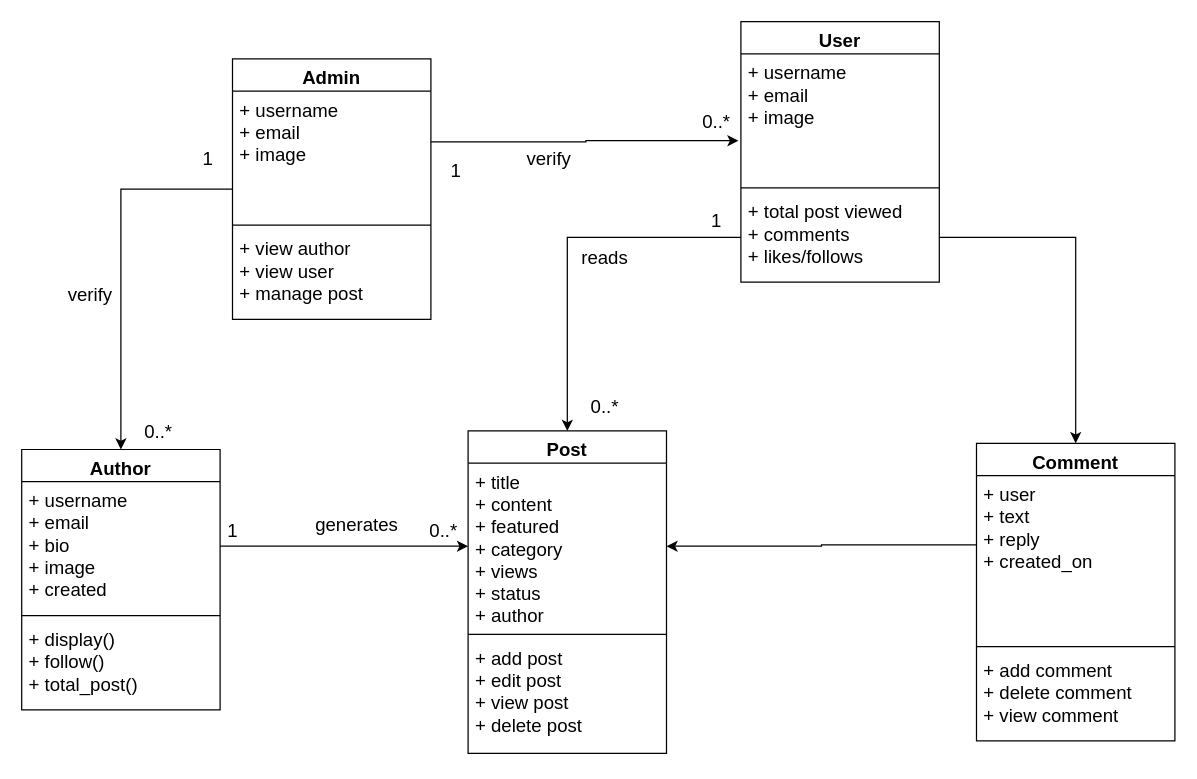
Before: docs/Untitled Diagram.drawio in digipodium/Major_project_training_sample, a draw.io diagram. Source tidied: cells renumbered, new cells numbered last; positions are measured from the earlier drawing's top-left corner, leaving out a move shared by most shapes. Both pictures are drawn from the tidied source at 124%, with x=0, y=0 at pixel (21, 21).
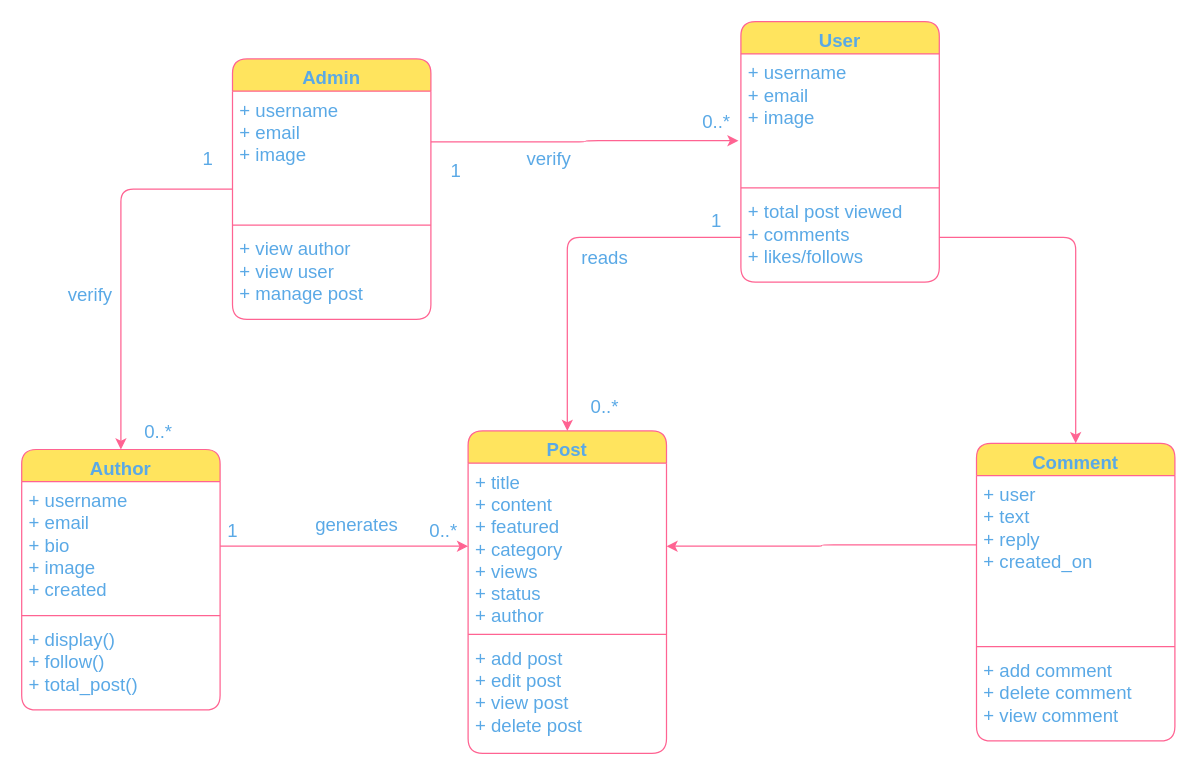
The same diagram, later.

What changed in the source:
```diff
@@
-    <mxCell id="2" value="Author" style="swimlane;fontStyle=1;align=center;verticalAlign=top;horizontal=1;startSize=26;fontSize=15;" parent="1" vertex="1">
+    <mxCell id="2" value="Author" style="swimlane;fontStyle=1;align=center;verticalAlign=top;horizontal=1;startSize=26;fontSize=15;rounded=1;fillColor=#FFE45E;strokeColor=#FF6392;fontColor=#5AA9E6;" parent="1" vertex="1">
       <mxGeometry y="345" width="160" height="210" as="geometry" />
     </mxCell>
-    <mxCell id="3" value="+ username&#10;+ email&#10;+ bio&#10;+ image&#10;+ created" style="text;strokeColor=none;fillColor=none;align=left;verticalAlign=top;spacingLeft=4;spacingRight=4;overflow=hidden;points=[[0,0.5],[1,0.5]];portConstraint=eastwest;fontSize=15;" parent="2" vertex="1">
+    <mxCell id="3" value="+ username&#10;+ email&#10;+ bio&#10;+ image&#10;+ created" style="text;strokeColor=none;fillColor=none;align=left;verticalAlign=top;spacingLeft=4;spacingRight=4;overflow=hidden;points=[[0,0.5],[1,0.5]];portConstraint=eastwest;fontSize=15;rounded=1;fontColor=#5AA9E6;" parent="2" vertex="1">
       <mxGeometry y="26" width="160" height="104" as="geometry" />
     </mxCell>
-    <mxCell id="4" style="line;strokeWidth=1;fillColor=none;align=left;verticalAlign=middle;spacingTop=-1;spacingLeft=3;spacingRight=3;labelPosition=right;fontSize=15;" parent="2" vertex="1">
+    <mxCell id="4" style="line;strokeWidth=1;fillColor=none;align=left;verticalAlign=middle;spacingTop=-1;spacingLeft=3;spacingRight=3;labelPosition=right;fontSize=15;rounded=1;strokeColor=#FF6392;fontColor=#5AA9E6;" parent="2" vertex="1">
       <mxGeometry y="130" width="160" height="8" as="geometry" />
     </mxCell>
-    <mxCell id="5" value="+ display()&#10;+ follow()&#10;+ total_post()" style="text;strokeColor=none;fillColor=none;align=left;verticalAlign=top;spacingLeft=4;spacingRight=4;overflow=hidden;fontSize=15;" parent="2" vertex="1">
+    <mxCell id="5" value="+ display()&#10;+ follow()&#10;+ total_post()" style="text;strokeColor=none;fillColor=none;align=left;verticalAlign=top;spacingLeft=4;spacingRight=4;overflow=hidden;fontSize=15;rounded=1;fontColor=#5AA9E6;" parent="2" vertex="1">
       <mxGeometry y="138" width="160" height="72" as="geometry" />
     </mxCell>
-    <mxCell id="6" value="User" style="swimlane;fontStyle=1;align=center;verticalAlign=top;horizontal=1;startSize=26;fontSize=15;" parent="1" vertex="1">
+    <mxCell id="6" value="User" style="swimlane;fontStyle=1;align=center;verticalAlign=top;horizontal=1;startSize=26;fontSize=15;rounded=1;fillColor=#FFE45E;strokeColor=#FF6392;fontColor=#5AA9E6;" parent="1" vertex="1">
       <mxGeometry x="580" width="160" height="210" as="geometry" />
     </mxCell>
-    <mxCell id="7" value="+ username&#10;+ email&#10;+ image" style="text;strokeColor=none;fillColor=none;align=left;verticalAlign=top;spacingLeft=4;spacingRight=4;overflow=hidden;points=[[0,0.5],[1,0.5]];portConstraint=eastwest;fontSize=15;" parent="6" vertex="1">
+    <mxCell id="7" value="+ username&#10;+ email&#10;+ image" style="text;strokeColor=none;fillColor=none;align=left;verticalAlign=top;spacingLeft=4;spacingRight=4;overflow=hidden;points=[[0,0.5],[1,0.5]];portConstraint=eastwest;fontSize=15;rounded=1;fontColor=#5AA9E6;" parent="6" vertex="1">
       <mxGeometry y="26" width="160" height="104" as="geometry" />
     </mxCell>
-    <mxCell id="8" style="line;strokeWidth=1;fillColor=none;align=left;verticalAlign=middle;spacingTop=-1;spacingLeft=3;spacingRight=3;labelPosition=right;fontSize=15;" parent="6" vertex="1">
+    <mxCell id="8" style="line;strokeWidth=1;fillColor=none;align=left;verticalAlign=middle;spacingTop=-1;spacingLeft=3;spacingRight=3;labelPosition=right;fontSize=15;rounded=1;strokeColor=#FF6392;fontColor=#5AA9E6;" parent="6" vertex="1">
       <mxGeometry y="130" width="160" height="8" as="geometry" />
     </mxCell>
-    <mxCell id="9" value="+ total post viewed&#10;+ comments&#10;+ likes/follows" style="text;strokeColor=none;fillColor=none;align=left;verticalAlign=top;spacingLeft=4;spacingRight=4;overflow=hidden;points=[[0,0.5],[1,0.5]];portConstraint=eastwest;fontSize=15;" parent="6" vertex="1">
+    <mxCell id="9" value="+ total post viewed&#10;+ comments&#10;+ likes/follows" style="text;strokeColor=none;fillColor=none;align=left;verticalAlign=top;spacingLeft=4;spacingRight=4;overflow=hidden;points=[[0,0.5],[1,0.5]];portConstraint=eastwest;fontSize=15;rounded=1;fontColor=#5AA9E6;" parent="6" vertex="1">
       <mxGeometry y="138" width="160" height="72" as="geometry" />
     </mxCell>
-    <mxCell id="10" style="edgeStyle=orthogonalEdgeStyle;rounded=0;jettySize=auto;html=1;fontSize=15;" parent="1" edge="1" source="12" target="2">
+    <mxCell id="10" style="edgeStyle=orthogonalEdgeStyle;rounded=1;jettySize=auto;html=1;fontSize=15;strokeColor=#FF6392;fontColor=#5AA9E6;" parent="1" edge="1" source="12" target="2">
       <mxGeometry relative="1" as="geometry" />
     </mxCell>
-    <mxCell id="11" style="edgeStyle=orthogonalEdgeStyle;rounded=0;jettySize=auto;html=1;entryX=-0.012;entryY=0.673;entryDx=0;entryDy=0;entryPerimeter=0;fontSize=15;exitX=1;exitY=0.394;exitDx=0;exitDy=0;exitPerimeter=0;" parent="1" edge="1" source="13" target="7">
+    <mxCell id="11" style="edgeStyle=orthogonalEdgeStyle;rounded=1;jettySize=auto;html=1;entryX=-0.012;entryY=0.673;entryDx=0;entryDy=0;entryPerimeter=0;fontSize=15;exitX=1;exitY=0.394;exitDx=0;exitDy=0;exitPerimeter=0;strokeColor=#FF6392;fontColor=#5AA9E6;" parent="1" edge="1" source="13" target="7">
       <mxGeometry relative="1" as="geometry" />
     </mxCell>
-    <mxCell id="12" value="Admin" style="swimlane;fontStyle=1;align=center;verticalAlign=top;horizontal=1;startSize=26;fontSize=15;" parent="1" vertex="1">
+    <mxCell id="12" value="Admin" style="swimlane;fontStyle=1;align=center;verticalAlign=top;horizontal=1;startSize=26;fontSize=15;rounded=1;fillColor=#FFE45E;strokeColor=#FF6392;fontColor=#5AA9E6;" parent="1" vertex="1">
       <mxGeometry x="170" y="30" width="160" height="210" as="geometry" />
     </mxCell>
-    <mxCell id="13" value="+ username&#10;+ email&#10;+ image" style="text;strokeColor=none;fillColor=none;align=left;verticalAlign=top;spacingLeft=4;spacingRight=4;overflow=hidden;points=[[0,0.5],[1,0.5]];portConstraint=eastwest;fontSize=15;" parent="12" vertex="1">
+    <mxCell id="13" value="+ username&#10;+ email&#10;+ image" style="text;strokeColor=none;fillColor=none;align=left;verticalAlign=top;spacingLeft=4;spacingRight=4;overflow=hidden;points=[[0,0.5],[1,0.5]];portConstraint=eastwest;fontSize=15;rounded=1;fontColor=#5AA9E6;" parent="12" vertex="1">
       <mxGeometry y="26" width="160" height="104" as="geometry" />
     </mxCell>
-    <mxCell id="14" style="line;strokeWidth=1;fillColor=none;align=left;verticalAlign=middle;spacingTop=-1;spacingLeft=3;spacingRight=3;labelPosition=right;fontSize=15;" parent="12" vertex="1">
+    <mxCell id="14" style="line;strokeWidth=1;fillColor=none;align=left;verticalAlign=middle;spacingTop=-1;spacingLeft=3;spacingRight=3;labelPosition=right;fontSize=15;rounded=1;strokeColor=#FF6392;fontColor=#5AA9E6;" parent="12" vertex="1">
       <mxGeometry y="130" width="160" height="8" as="geometry" />
     </mxCell>
-    <mxCell id="15" value="+ view author&#10;+ view user&#10;+ manage post" style="text;strokeColor=none;fillColor=none;align=left;verticalAlign=top;spacingLeft=4;spacingRight=4;overflow=hidden;fontSize=15;" parent="12" vertex="1">
+    <mxCell id="15" value="+ view author&#10;+ view user&#10;+ manage post" style="text;strokeColor=none;fillColor=none;align=left;verticalAlign=top;spacingLeft=4;spacingRight=4;overflow=hidden;fontSize=15;rounded=1;fontColor=#5AA9E6;" parent="12" vertex="1">
       <mxGeometry y="138" width="160" height="72" as="geometry" />
     </mxCell>
-    <mxCell id="16" value="Post" style="swimlane;fontStyle=1;align=center;verticalAlign=top;horizontal=1;startSize=26;fontSize=15;" parent="1" vertex="1">
+    <mxCell id="16" value="Post" style="swimlane;fontStyle=1;align=center;verticalAlign=top;horizontal=1;startSize=26;fontSize=15;rounded=1;fillColor=#FFE45E;strokeColor=#FF6392;fontColor=#5AA9E6;" parent="1" vertex="1">
       <mxGeometry x="360" y="330" width="160" height="260" as="geometry" />
     </mxCell>
-    <mxCell id="17" value="+ title&#10;+ content&#10;+ featured&#10;+ category&#10;+ views&#10;+ status&#10;+ author" style="text;strokeColor=none;fillColor=none;align=left;verticalAlign=top;spacingLeft=4;spacingRight=4;overflow=hidden;points=[[0,0.5],[1,0.5]];portConstraint=eastwest;fontSize=15;" parent="16" vertex="1">
+    <mxCell id="17" value="+ title&#10;+ content&#10;+ featured&#10;+ category&#10;+ views&#10;+ status&#10;+ author" style="text;strokeColor=none;fillColor=none;align=left;verticalAlign=top;spacingLeft=4;spacingRight=4;overflow=hidden;points=[[0,0.5],[1,0.5]];portConstraint=eastwest;fontSize=15;rounded=1;fontColor=#5AA9E6;" parent="16" vertex="1">
       <mxGeometry y="26" width="160" height="134" as="geometry" />
     </mxCell>
-    <mxCell id="18" style="line;strokeWidth=1;fillColor=none;align=left;verticalAlign=middle;spacingTop=-1;spacingLeft=3;spacingRight=3;labelPosition=right;fontSize=15;" parent="16" vertex="1">
+    <mxCell id="18" style="line;strokeWidth=1;fillColor=none;align=left;verticalAlign=middle;spacingTop=-1;spacingLeft=3;spacingRight=3;labelPosition=right;fontSize=15;rounded=1;strokeColor=#FF6392;fontColor=#5AA9E6;" parent="16" vertex="1">
       <mxGeometry y="160" width="160" height="8" as="geometry" />
     </mxCell>
-    <mxCell id="19" value="+ add post&#10;+ edit post&#10;+ view post&#10;+ delete post" style="text;strokeColor=none;fillColor=none;align=left;verticalAlign=top;spacingLeft=4;spacingRight=4;overflow=hidden;fontSize=15;" parent="16" vertex="1">
+    <mxCell id="19" value="+ add post&#10;+ edit post&#10;+ view post&#10;+ delete post" style="text;strokeColor=none;fillColor=none;align=left;verticalAlign=top;spacingLeft=4;spacingRight=4;overflow=hidden;fontSize=15;rounded=1;fontColor=#5AA9E6;" parent="16" vertex="1">
       <mxGeometry y="168" width="160" height="92" as="geometry" />
     </mxCell>
-    <mxCell id="20" value="Comment" style="swimlane;fontStyle=1;align=center;verticalAlign=top;horizontal=1;startSize=26;fontSize=15;" parent="1" vertex="1">
+    <mxCell id="20" value="Comment" style="swimlane;fontStyle=1;align=center;verticalAlign=top;horizontal=1;startSize=26;fontSize=15;rounded=1;fillColor=#FFE45E;strokeColor=#FF6392;fontColor=#5AA9E6;" parent="1" vertex="1">
       <mxGeometry x="770" y="340" width="160" height="240" as="geometry" />
     </mxCell>
-    <mxCell id="21" value="+ user&#10;+ text&#10;+ reply&#10;+ created_on" style="text;strokeColor=none;fillColor=none;align=left;verticalAlign=top;spacingLeft=4;spacingRight=4;overflow=hidden;points=[[0,0.5],[1,0.5]];portConstraint=eastwest;fontSize=15;" parent="20" vertex="1">
+    <mxCell id="21" value="+ user&#10;+ text&#10;+ reply&#10;+ created_on" style="text;strokeColor=none;fillColor=none;align=left;verticalAlign=top;spacingLeft=4;spacingRight=4;overflow=hidden;points=[[0,0.5],[1,0.5]];portConstraint=eastwest;fontSize=15;rounded=1;fontColor=#5AA9E6;" parent="20" vertex="1">
       <mxGeometry y="26" width="160" height="134" as="geometry" />
     </mxCell>
-    <mxCell id="22" style="line;strokeWidth=1;fillColor=none;align=left;verticalAlign=middle;spacingTop=-1;spacingLeft=3;spacingRight=3;labelPosition=right;fontSize=15;" parent="20" vertex="1">
+    <mxCell id="22" style="line;strokeWidth=1;fillColor=none;align=left;verticalAlign=middle;spacingTop=-1;spacingLeft=3;spacingRight=3;labelPosition=right;fontSize=15;rounded=1;strokeColor=#FF6392;fontColor=#5AA9E6;" parent="20" vertex="1">
       <mxGeometry y="160" width="160" height="8" as="geometry" />
     </mxCell>
-    <mxCell id="23" value="+ add comment&#10;+ delete comment&#10;+ view comment" style="text;strokeColor=none;fillColor=none;align=left;verticalAlign=top;spacingLeft=4;spacingRight=4;overflow=hidden;fontSize=15;" parent="20" vertex="1">
+    <mxCell id="23" value="+ add comment&#10;+ delete comment&#10;+ view comment" style="text;strokeColor=none;fillColor=none;align=left;verticalAlign=top;spacingLeft=4;spacingRight=4;overflow=hidden;fontSize=15;rounded=1;fontColor=#5AA9E6;" parent="20" vertex="1">
       <mxGeometry y="168" width="160" height="72" as="geometry" />
     </mxCell>
-    <mxCell id="24" style="edgeStyle=orthogonalEdgeStyle;rounded=0;jettySize=auto;html=1;entryX=0;entryY=0.5;entryDx=0;entryDy=0;fontSize=15;" parent="1" edge="1" source="3" target="17">
+    <mxCell id="24" style="edgeStyle=orthogonalEdgeStyle;rounded=1;jettySize=auto;html=1;entryX=0;entryY=0.5;entryDx=0;entryDy=0;fontSize=15;strokeColor=#FF6392;fontColor=#5AA9E6;" parent="1" edge="1" source="3" target="17">
       <mxGeometry relative="1" as="geometry" />
     </mxCell>
-    <mxCell id="25" value="generates" style="text;html=1;align=center;verticalAlign=middle;strokeColor=none;fillColor=none;fontSize=15;" parent="1" vertex="1">
+    <mxCell id="25" value="generates" style="text;html=1;align=center;verticalAlign=middle;strokeColor=none;fillColor=none;fontSize=15;rounded=1;fontColor=#5AA9E6;" parent="1" vertex="1">
       <mxGeometry x="230" y="395" width="80" height="20" as="geometry" />
     </mxCell>
-    <mxCell id="26" value="1" style="text;html=1;align=center;verticalAlign=middle;strokeColor=none;fillColor=none;fontSize=15;" parent="1" vertex="1">
+    <mxCell id="26" value="1" style="text;html=1;align=center;verticalAlign=middle;strokeColor=none;fillColor=none;fontSize=15;rounded=1;fontColor=#5AA9E6;" parent="1" vertex="1">
       <mxGeometry x="160" y="400" width="20" height="20" as="geometry" />
     </mxCell>
-    <mxCell id="27" value="0..*" style="text;html=1;align=center;verticalAlign=middle;strokeColor=none;fillColor=none;fontSize=15;" parent="1" vertex="1">
+    <mxCell id="27" value="0..*" style="text;html=1;align=center;verticalAlign=middle;strokeColor=none;fillColor=none;fontSize=15;rounded=1;fontColor=#5AA9E6;" parent="1" vertex="1">
       <mxGeometry x="320" y="400" width="40" height="20" as="geometry" />
     </mxCell>
-    <mxCell id="28" value="verify" style="text;html=1;align=center;verticalAlign=middle;strokeColor=none;fillColor=none;fontSize=15;" parent="1" vertex="1">
+    <mxCell id="28" value="verify" style="text;html=1;align=center;verticalAlign=middle;strokeColor=none;fillColor=none;fontSize=15;rounded=1;fontColor=#5AA9E6;" parent="1" vertex="1">
       <mxGeometry x="30" y="210" width="50" height="20" as="geometry" />
     </mxCell>
-    <mxCell id="29" value="1" style="text;html=1;align=center;verticalAlign=middle;strokeColor=none;fillColor=none;fontSize=15;" parent="1" vertex="1">
+    <mxCell id="29" value="1" style="text;html=1;align=center;verticalAlign=middle;strokeColor=none;fillColor=none;fontSize=15;rounded=1;fontColor=#5AA9E6;" parent="1" vertex="1">
       <mxGeometry x="140" y="100" width="20" height="20" as="geometry" />
     </mxCell>
-    <mxCell id="30" value="0..*" style="text;html=1;align=center;verticalAlign=middle;strokeColor=none;fillColor=none;fontSize=15;" parent="1" vertex="1">
+    <mxCell id="30" value="0..*" style="text;html=1;align=center;verticalAlign=middle;strokeColor=none;fillColor=none;fontSize=15;rounded=1;fontColor=#5AA9E6;" parent="1" vertex="1">
       <mxGeometry x="90" y="320" width="40" height="20" as="geometry" />
     </mxCell>
-    <mxCell id="31" value="verify" style="text;html=1;align=center;verticalAlign=middle;strokeColor=none;fillColor=none;fontSize=15;" parent="1" vertex="1">
+    <mxCell id="31" value="verify" style="text;html=1;align=center;verticalAlign=middle;strokeColor=none;fillColor=none;fontSize=15;rounded=1;fontColor=#5AA9E6;" parent="1" vertex="1">
       <mxGeometry x="400" y="100" width="50" height="20" as="geometry" />
     </mxCell>
-    <mxCell id="32" value="1" style="text;html=1;align=center;verticalAlign=middle;strokeColor=none;fillColor=none;fontSize=15;" parent="1" vertex="1">
+    <mxCell id="32" value="1" style="text;html=1;align=center;verticalAlign=middle;strokeColor=none;fillColor=none;fontSize=15;rounded=1;fontColor=#5AA9E6;" parent="1" vertex="1">
       <mxGeometry x="340" y="110" width="20" height="20" as="geometry" />
     </mxCell>
-    <mxCell id="33" value="0..*" style="text;html=1;align=center;verticalAlign=middle;strokeColor=none;fillColor=none;fontSize=15;" parent="1" vertex="1">
+    <mxCell id="33" value="0..*" style="text;html=1;align=center;verticalAlign=middle;strokeColor=none;fillColor=none;fontSize=15;rounded=1;fontColor=#5AA9E6;" parent="1" vertex="1">
       <mxGeometry x="540" y="70" width="40" height="20" as="geometry" />
     </mxCell>
-    <mxCell id="34" style="edgeStyle=orthogonalEdgeStyle;rounded=0;jettySize=auto;html=1;entryX=0.5;entryY=0;entryDx=0;entryDy=0;fontSize=15;" parent="1" edge="1" source="9" target="16">
+    <mxCell id="34" style="edgeStyle=orthogonalEdgeStyle;rounded=1;jettySize=auto;html=1;entryX=0.5;entryY=0;entryDx=0;entryDy=0;fontSize=15;strokeColor=#FF6392;fontColor=#5AA9E6;" parent="1" edge="1" source="9" target="16">
       <mxGeometry relative="1" as="geometry" />
     </mxCell>
-    <mxCell id="35" value="0..*" style="text;html=1;align=center;verticalAlign=middle;strokeColor=none;fillColor=none;fontSize=15;" parent="1" vertex="1">
+    <mxCell id="35" value="0..*" style="text;html=1;align=center;verticalAlign=middle;strokeColor=none;fillColor=none;fontSize=15;rounded=1;fontColor=#5AA9E6;" parent="1" vertex="1">
       <mxGeometry x="450" y="300" width="40" height="20" as="geometry" />
     </mxCell>
-    <mxCell id="36" value="1" style="text;html=1;align=center;verticalAlign=middle;strokeColor=none;fillColor=none;fontSize=15;" parent="1" vertex="1">
+    <mxCell id="36" value="1" style="text;html=1;align=center;verticalAlign=middle;strokeColor=none;fillColor=none;fontSize=15;rounded=1;fontColor=#5AA9E6;" parent="1" vertex="1">
       <mxGeometry x="550" y="150" width="20" height="20" as="geometry" />
     </mxCell>
-    <mxCell id="37" value="reads" style="text;html=1;align=center;verticalAlign=middle;strokeColor=none;fillColor=none;fontSize=15;" parent="1" vertex="1">
+    <mxCell id="37" value="reads" style="text;html=1;align=center;verticalAlign=middle;strokeColor=none;fillColor=none;fontSize=15;rounded=1;fontColor=#5AA9E6;" parent="1" vertex="1">
       <mxGeometry x="445" y="180" width="50" height="20" as="geometry" />
     </mxCell>
-    <mxCell id="38" style="edgeStyle=orthogonalEdgeStyle;rounded=0;jettySize=auto;html=1;entryX=0.5;entryY=0;entryDx=0;entryDy=0;fontSize=15;" parent="1" edge="1" source="9" target="20">
+    <mxCell id="38" style="edgeStyle=orthogonalEdgeStyle;rounded=1;jettySize=auto;html=1;entryX=0.5;entryY=0;entryDx=0;entryDy=0;fontSize=15;strokeColor=#FF6392;fontColor=#5AA9E6;" parent="1" edge="1" source="9" target="20">
       <mxGeometry relative="1" as="geometry" />
     </mxCell>
-    <mxCell id="39" style="edgeStyle=orthogonalEdgeStyle;rounded=0;jettySize=auto;html=1;entryX=1;entryY=0.5;entryDx=0;entryDy=0;fontSize=15;exitX=0;exitY=0.418;exitDx=0;exitDy=0;exitPerimeter=0;" parent="1" edge="1" source="21" target="17">
+    <mxCell id="39" style="edgeStyle=orthogonalEdgeStyle;rounded=1;jettySize=auto;html=1;entryX=1;entryY=0.5;entryDx=0;entryDy=0;fontSize=15;exitX=0;exitY=0.418;exitDx=0;exitDy=0;exitPerimeter=0;strokeColor=#FF6392;fontColor=#5AA9E6;" parent="1" edge="1" source="21" target="17">
       <mxGeometry relative="1" as="geometry" />
     </mxCell>
```
